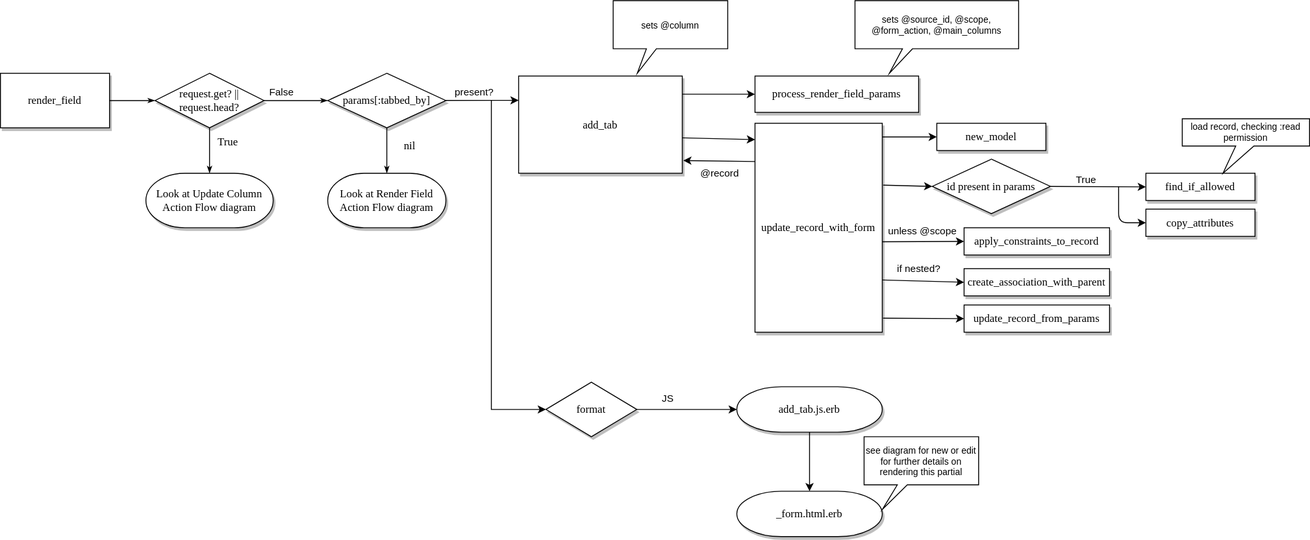
Before: diagrams/render_field_add_tab.drawio.svg, a diagram exported from draw.io (activescaffold/active_scaffold). Source tidied: cells renumbered, new cells last; positions are measured from the earlier drawing's top-left corner, leaving out a move shared by most shapes.
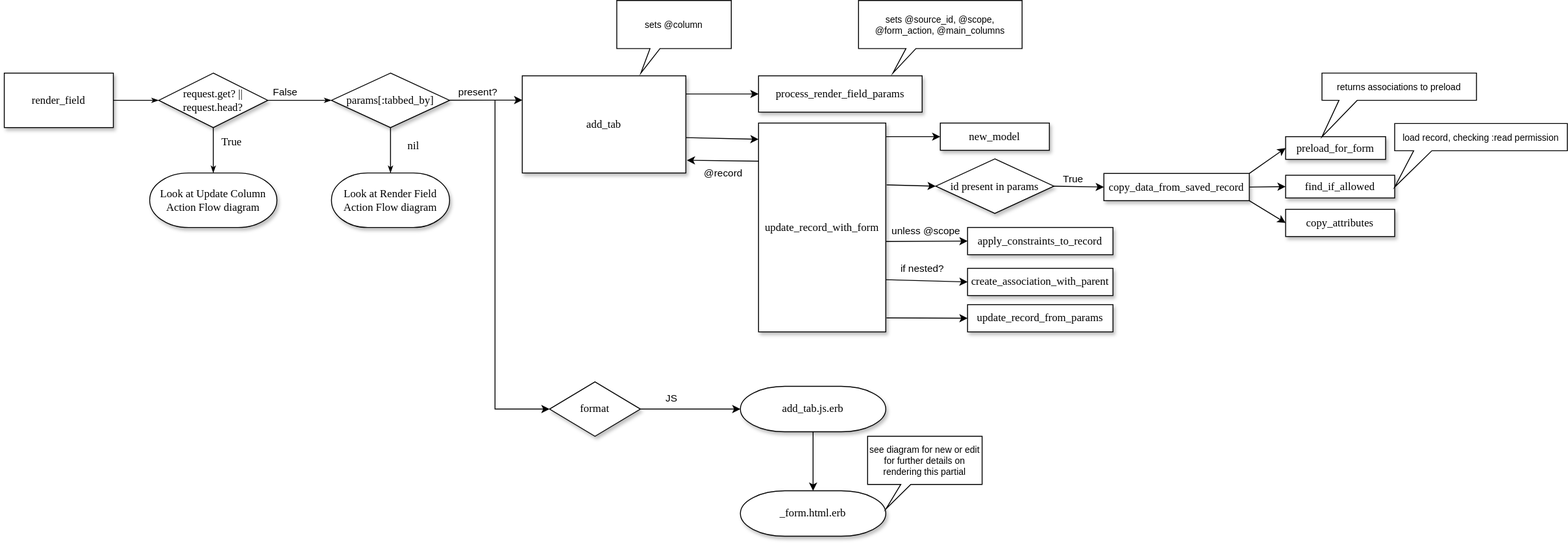
After the commit.

Commit message:
add copy_data_from_saved_record to diagrams

The edit, as a diff of the source:
```diff
@@ -126,7 +126,7 @@
     <mxCell id="37" style="edgeStyle=none;html=1;exitX=1.007;exitY=0.296;exitDx=0;exitDy=0;entryX=0;entryY=0.5;entryDx=0;entryDy=0;exitPerimeter=0;" parent="1" edge="1" source="32" target="43">
       <mxGeometry relative="1" as="geometry" />
     </mxCell>
-    <mxCell id="38" style="rounded=0;jettySize=auto;html=1;exitX=1;exitY=0.5;exitDx=0;exitDy=0;entryX=0;entryY=0.5;entryDx=0;entryDy=0;" parent="1" edge="1" source="43" target="40">
+    <mxCell id="38" style="rounded=0;jettySize=auto;html=1;exitX=1;exitY=0.5;exitDx=0;exitDy=0;entryX=0;entryY=0.5;entryDx=0;entryDy=0;" parent="1" edge="1" source="43" target="50">
       <mxGeometry relative="1" as="geometry" />
     </mxCell>
     <mxCell id="39" value="True" style="edgeLabel;html=1;align=center;verticalAlign=middle;" parent="38" vertex="1">
@@ -134,25 +134,11 @@
         <mxPoint y="-7" as="offset" />
       </mxGeometry>
     </mxCell>
-    <mxCell id="40" value="find_if_allowed" style="rounded=0;whiteSpace=wrap;html=1;shadow=1;labelBackgroundColor=none;strokeWidth=1;fontFamily=Verdana;fontSize=12;align=center;" parent="1" vertex="1">
-      <mxGeometry x="1260" y="190" width="120" height="30" as="geometry" />
-    </mxCell>
-    <mxCell id="41" value="load record, checking :read permission" style="shape=callout;whiteSpace=wrap;html=1;perimeter=calloutPerimeter;size=30;position=0.42;position2=0.32;fontSize=10;" parent="1" vertex="1">
-      <mxGeometry x="1300" y="130" width="140" height="60" as="geometry" />
-    </mxCell>
-    <mxCell id="42" style="edgeStyle=none;html=1;entryX=0;entryY=0.5;entryDx=0;entryDy=0;" parent="1" edge="1" target="44">
-      <mxGeometry relative="1" as="geometry">
-        <mxPoint x="1230" y="204.5" as="sourcePoint" />
-        <Array as="points">
-          <mxPoint x="1230" y="244.5" />
-        </Array>
-      </mxGeometry>
-    </mxCell>
     <mxCell id="43" value="id present in params" style="rhombus;whiteSpace=wrap;html=1;rounded=0;shadow=1;labelBackgroundColor=none;strokeWidth=1;fontFamily=Verdana;fontSize=12;align=center;" parent="1" vertex="1">
       <mxGeometry x="1025" y="174.5" width="130" height="60" as="geometry" />
     </mxCell>
     <mxCell id="44" value="copy_attributes" style="rounded=0;whiteSpace=wrap;html=1;shadow=1;labelBackgroundColor=none;strokeWidth=1;fontFamily=Verdana;fontSize=12;align=center;" parent="1" vertex="1">
-      <mxGeometry x="1260" y="229.5" width="120" height="30" as="geometry" />
+      <mxGeometry x="1410" y="230" width="120" height="30" as="geometry" />
     </mxCell>
     <mxCell id="45" value="_form.html.erb" style="strokeWidth=1;html=1;shape=mxgraph.flowchart.terminator;whiteSpace=wrap;rounded=0;shadow=1;labelBackgroundColor=none;fontFamily=Verdana;fontSize=12;align=center;" parent="1" vertex="1">
       <mxGeometry x="810" y="540" width="160" height="50" as="geometry" />
@@ -160,5 +146,29 @@
     <mxCell id="46" value="see diagram for new or edit for further details on rendering this partial" style="shape=callout;whiteSpace=wrap;html=1;perimeter=calloutPerimeter;size=27;position=0.29;position2=0.16;fontSize=10;base=11;" parent="1" vertex="1">
       <mxGeometry x="950" y="480" width="126" height="80" as="geometry" />
     </mxCell>
+    <mxCell id="47" style="edgeStyle=none;html=1;exitX=1;exitY=0;exitDx=0;exitDy=0;entryX=0;entryY=0.5;entryDx=0;entryDy=0;" parent="1" edge="1" source="50" target="51">
+      <mxGeometry relative="1" as="geometry" />
+    </mxCell>
+    <mxCell id="48" style="edgeStyle=none;html=1;exitX=1;exitY=0.5;exitDx=0;exitDy=0;entryX=0;entryY=0.5;entryDx=0;entryDy=0;" parent="1" edge="1" source="50" target="40">
+      <mxGeometry relative="1" as="geometry" />
+    </mxCell>
+    <mxCell id="49" style="edgeStyle=none;html=1;exitX=1;exitY=1;exitDx=0;exitDy=0;entryX=0;entryY=0.5;entryDx=0;entryDy=0;" parent="1" edge="1" source="50" target="44">
+      <mxGeometry relative="1" as="geometry" />
+    </mxCell>
+    <mxCell id="50" value="copy_data_from_saved_record" style="rounded=0;whiteSpace=wrap;html=1;shadow=1;labelBackgroundColor=none;strokeWidth=1;fontFamily=Verdana;fontSize=12;align=center;" parent="1" vertex="1">
+      <mxGeometry x="1210" y="190.5" width="160" height="30" as="geometry" />
+    </mxCell>
+    <mxCell id="40" value="find_if_allowed" style="rounded=0;whiteSpace=wrap;html=1;shadow=1;labelBackgroundColor=none;strokeWidth=1;fontFamily=Verdana;fontSize=12;align=center;" parent="1" vertex="1">
+      <mxGeometry x="1410" y="192.5" width="120" height="25" as="geometry" />
+    </mxCell>
+    <mxCell id="41" value="load record, checking :read permission" style="shape=callout;whiteSpace=wrap;html=1;perimeter=calloutPerimeter;size=40;position=0.11;position2=0;fontSize=10;" parent="1" vertex="1">
+      <mxGeometry x="1530" y="135.5" width="190" height="70" as="geometry" />
+    </mxCell>
+    <mxCell id="51" value="preload_for_form" style="rounded=0;whiteSpace=wrap;html=1;shadow=1;labelBackgroundColor=none;strokeWidth=1;fontFamily=Verdana;fontSize=12;align=center;" parent="1" vertex="1">
+      <mxGeometry x="1410" y="150" width="110" height="25" as="geometry" />
+    </mxCell>
+    <mxCell id="52" value="returns associations to preload" style="shape=callout;whiteSpace=wrap;html=1;perimeter=calloutPerimeter;size=40;position=0.11;position2=0;fontSize=10;" parent="1" vertex="1">
+      <mxGeometry x="1450" y="80" width="170" height="70" as="geometry" />
+    </mxCell>
   </root>
 </mxGraphModel>
```
